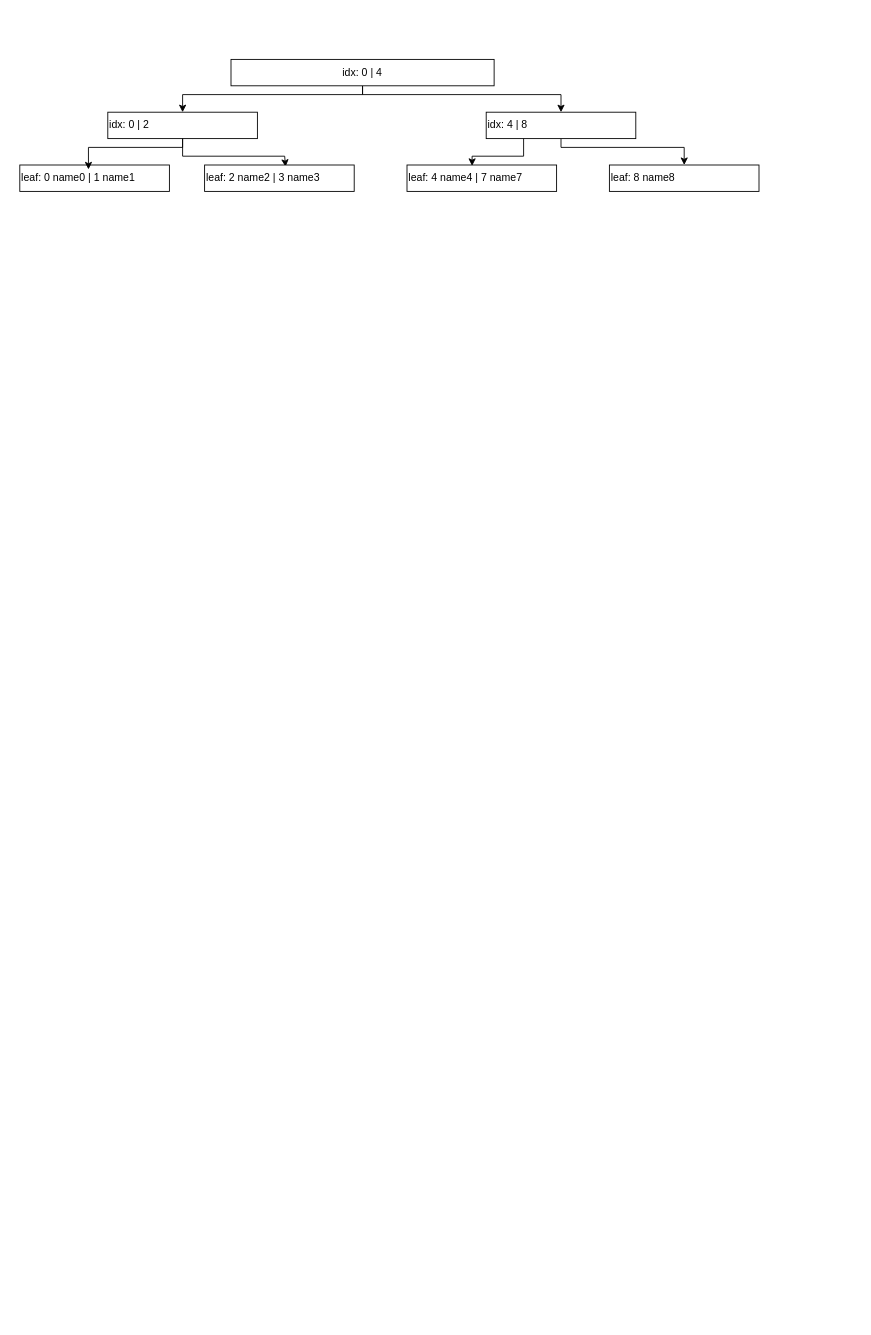
godzie44/drawio-dump keeps this draw.io diagram as htree.drawio. Above is the earlier version. Source tidied: cells renumbered, new cells numbered last; positions are measured from the earlier drawing's top-left corner, leaving out a move shared by most shapes. Both pictures are drawn from the tidied source at 88%, with x=0, y=0 at pixel (19, 59).
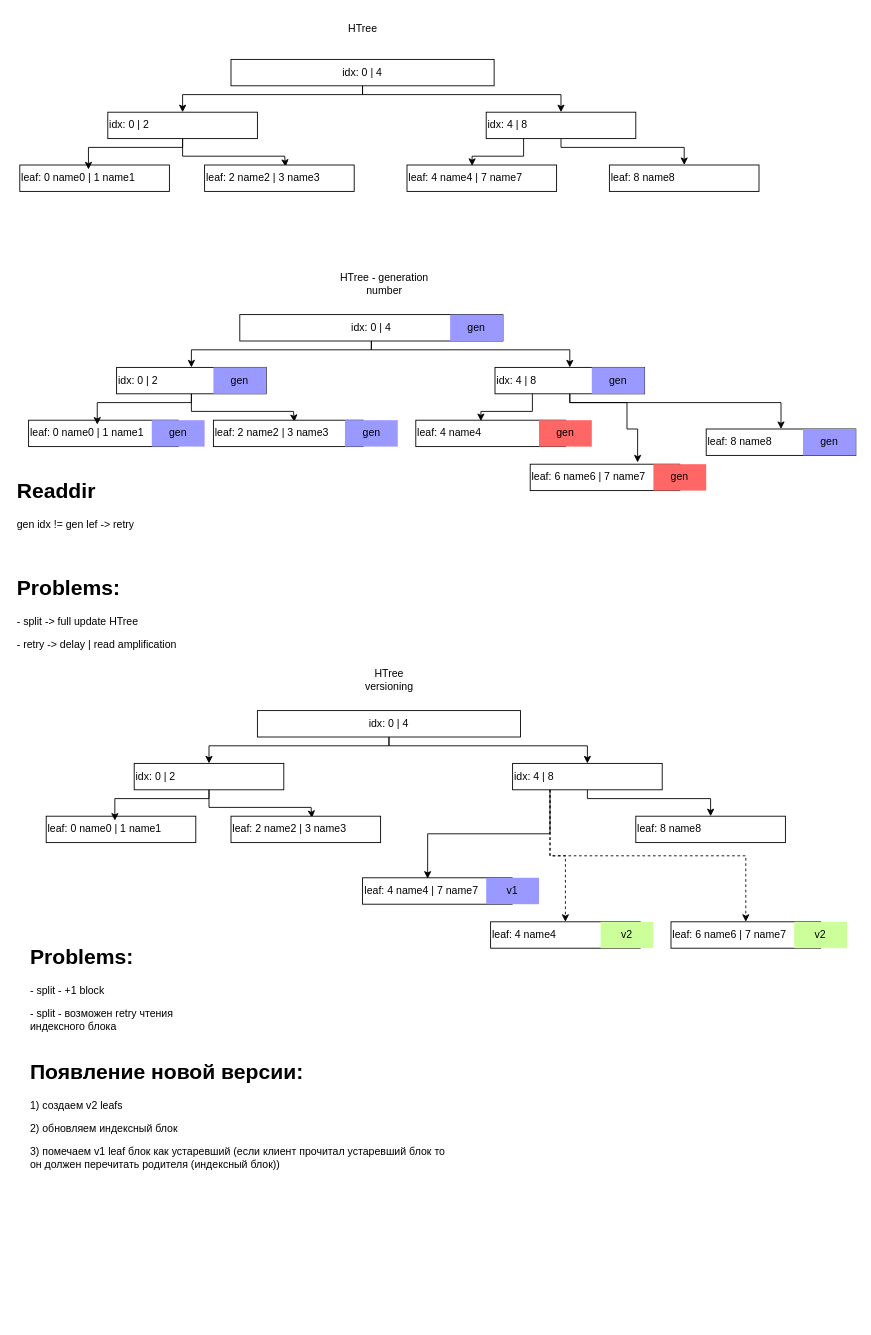
The same page after the edit.

The edit, as a diff of the source:
```diff
@@
+    <mxCell id="15" value="HTree" style="text;html=1;align=center;verticalAlign=middle;whiteSpace=wrap;rounded=0;" parent="1" vertex="1">
+      <mxGeometry x="359.5" y="-50" width="60" height="30" as="geometry" />
+    </mxCell>
+    <mxCell id="16" style="edgeStyle=orthogonalEdgeStyle;rounded=0;jettySize=auto;html=1;exitX=0.5;exitY=1;exitDx=0;exitDy=0;" parent="1" edge="1" source="18" target="20">
+      <mxGeometry relative="1" as="geometry">
+        <Array as="points">
+          <mxPoint x="400" y="330" />
+          <mxPoint x="195" y="330" />
+        </Array>
+      </mxGeometry>
+    </mxCell>
+    <mxCell id="17" style="edgeStyle=orthogonalEdgeStyle;rounded=0;jettySize=auto;html=1;exitX=0.5;exitY=1;exitDx=0;exitDy=0;entryX=0.5;entryY=0;entryDx=0;entryDy=0;" parent="1" edge="1" source="18" target="22">
+      <mxGeometry relative="1" as="geometry">
+        <Array as="points">
+          <mxPoint x="400" y="330" />
+          <mxPoint x="625" y="330" />
+        </Array>
+      </mxGeometry>
+    </mxCell>
+    <mxCell id="18" value="idx: 0 | 4" style="rounded=0;whiteSpace=wrap;html=1;align=center;" parent="1" vertex="1">
+      <mxGeometry x="250" y="290" width="299" height="30" as="geometry" />
+    </mxCell>
+    <mxCell id="19" style="edgeStyle=orthogonalEdgeStyle;rounded=0;jettySize=auto;html=1;exitX=0.5;exitY=1;exitDx=0;exitDy=0;entryX=0.541;entryY=0.067;entryDx=0;entryDy=0;entryPerimeter=0;" parent="1" edge="1" source="20" target="24">
+      <mxGeometry relative="1" as="geometry">
+        <Array as="points">
+          <mxPoint x="195" y="400" />
+          <mxPoint x="311" y="400" />
+        </Array>
+      </mxGeometry>
+    </mxCell>
+    <mxCell id="20" value="idx: 0 | 2" style="rounded=0;whiteSpace=wrap;html=1;align=left;" parent="1" vertex="1">
+      <mxGeometry x="110" y="350" width="170" height="30" as="geometry" />
+    </mxCell>
+    <mxCell id="21" style="edgeStyle=orthogonalEdgeStyle;rounded=0;jettySize=auto;html=1;exitX=0.5;exitY=1;exitDx=0;exitDy=0;entryX=0.5;entryY=0;entryDx=0;entryDy=0;" parent="1" edge="1" source="22" target="26">
+      <mxGeometry relative="1" as="geometry">
+        <Array as="points">
+          <mxPoint x="625" y="390" />
+          <mxPoint x="865" y="390" />
+        </Array>
+      </mxGeometry>
+    </mxCell>
+    <mxCell id="22" value="idx: 4 | 8" style="rounded=0;whiteSpace=wrap;html=1;align=left;" parent="1" vertex="1">
+      <mxGeometry x="540" y="350" width="170" height="30" as="geometry" />
+    </mxCell>
+    <mxCell id="23" value="leaf: 0 name0 | 1 name1" style="rounded=0;whiteSpace=wrap;html=1;align=left;" parent="1" vertex="1">
+      <mxGeometry x="10" y="410" width="170" height="30" as="geometry" />
+    </mxCell>
+    <mxCell id="24" value="leaf: 2 name2 | 3 name3" style="rounded=0;whiteSpace=wrap;html=1;align=left;" parent="1" vertex="1">
+      <mxGeometry x="220" y="410" width="170" height="30" as="geometry" />
+    </mxCell>
+    <mxCell id="25" value="leaf: 4 name4" style="rounded=0;whiteSpace=wrap;html=1;align=left;" parent="1" vertex="1">
+      <mxGeometry x="450" y="410" width="170" height="30" as="geometry" />
+    </mxCell>
+    <mxCell id="26" value="leaf: 8 name8" style="rounded=0;whiteSpace=wrap;html=1;align=left;" parent="1" vertex="1">
+      <mxGeometry x="780" y="420" width="170" height="30" as="geometry" />
+    </mxCell>
+    <mxCell id="27" style="edgeStyle=orthogonalEdgeStyle;rounded=0;jettySize=auto;html=1;exitX=0.25;exitY=1;exitDx=0;exitDy=0;entryX=0.435;entryY=0.033;entryDx=0;entryDy=0;entryPerimeter=0;" parent="1" edge="1" source="22" target="25">
+      <mxGeometry relative="1" as="geometry" />
+    </mxCell>
+    <mxCell id="28" style="edgeStyle=orthogonalEdgeStyle;rounded=0;jettySize=auto;html=1;exitX=0.5;exitY=1;exitDx=0;exitDy=0;entryX=0.459;entryY=0.167;entryDx=0;entryDy=0;entryPerimeter=0;" parent="1" edge="1" source="20" target="23">
+      <mxGeometry relative="1" as="geometry">
+        <Array as="points">
+          <mxPoint x="195" y="390" />
+          <mxPoint x="88" y="390" />
+        </Array>
+      </mxGeometry>
+    </mxCell>
+    <mxCell id="29" value="HTree - generation number" style="text;html=1;align=center;verticalAlign=middle;whiteSpace=wrap;rounded=0;" parent="1" vertex="1">
+      <mxGeometry x="354" y="240" width="120.5" height="30" as="geometry" />
+    </mxCell>
+    <mxCell id="30" value="gen" style="text;html=1;align=center;verticalAlign=middle;whiteSpace=wrap;rounded=0;fillColor=#9999FF;" parent="1" vertex="1">
+      <mxGeometry x="489" y="290" width="60" height="30" as="geometry" />
+    </mxCell>
+    <mxCell id="31" value="gen" style="text;html=1;align=center;verticalAlign=middle;whiteSpace=wrap;rounded=0;fillColor=#9999FF;" parent="1" vertex="1">
+      <mxGeometry x="650" y="350" width="60" height="30" as="geometry" />
+    </mxCell>
+    <mxCell id="32" value="gen" style="text;html=1;align=center;verticalAlign=middle;whiteSpace=wrap;rounded=0;fillColor=#9999FF;" parent="1" vertex="1">
+      <mxGeometry x="220" y="350" width="60" height="30" as="geometry" />
+    </mxCell>
+    <mxCell id="33" value="gen" style="text;html=1;align=center;verticalAlign=middle;whiteSpace=wrap;rounded=0;fillColor=#9999FF;" parent="1" vertex="1">
+      <mxGeometry x="150" y="410" width="60" height="30" as="geometry" />
+    </mxCell>
+    <mxCell id="34" value="gen" style="text;html=1;align=center;verticalAlign=middle;whiteSpace=wrap;rounded=0;fillColor=#9999FF;" parent="1" vertex="1">
+      <mxGeometry x="369.5" y="410" width="60" height="30" as="geometry" />
+    </mxCell>
+    <mxCell id="35" value="gen" style="text;html=1;align=center;verticalAlign=middle;whiteSpace=wrap;rounded=0;fillColor=#FF6666;" parent="1" vertex="1">
+      <mxGeometry x="590" y="410" width="60" height="30" as="geometry" />
+    </mxCell>
+    <mxCell id="36" value="gen" style="text;html=1;align=center;verticalAlign=middle;whiteSpace=wrap;rounded=0;fillColor=#9999FF;" parent="1" vertex="1">
+      <mxGeometry x="890" y="420" width="60" height="30" as="geometry" />
+    </mxCell>
+    <mxCell id="37" value="&lt;h1 style=&quot;margin-top: 0px;&quot;&gt;Readdir&lt;/h1&gt;&lt;div&gt;gen idx != gen lef -&amp;gt; retry&lt;/div&gt;&lt;div&gt;&lt;br&gt;&lt;/div&gt;&lt;p&gt;&lt;br&gt;&lt;/p&gt;" style="text;html=1;whiteSpace=wrap;overflow=hidden;rounded=0;" parent="1" vertex="1">
+      <mxGeometry x="-5" y="470" width="180" height="120" as="geometry" />
+    </mxCell>
+    <mxCell id="38" value="leaf: 6 name6 | 7 name7" style="rounded=0;whiteSpace=wrap;html=1;align=left;" parent="1" vertex="1">
+      <mxGeometry x="580" y="460" width="170" height="30" as="geometry" />
+    </mxCell>
+    <mxCell id="39" value="gen" style="text;html=1;align=center;verticalAlign=middle;whiteSpace=wrap;rounded=0;fillColor=#FF6666;" parent="1" vertex="1">
+      <mxGeometry x="720" y="460" width="60" height="30" as="geometry" />
+    </mxCell>
+    <mxCell id="40" style="edgeStyle=orthogonalEdgeStyle;rounded=0;jettySize=auto;html=1;exitX=0.5;exitY=1;exitDx=0;exitDy=0;entryX=0.718;entryY=-0.067;entryDx=0;entryDy=0;entryPerimeter=0;" parent="1" edge="1" source="22" target="38">
+      <mxGeometry relative="1" as="geometry">
+        <Array as="points">
+          <mxPoint x="625" y="390" />
+          <mxPoint x="690" y="390" />
+          <mxPoint x="690" y="420" />
+          <mxPoint x="702" y="420" />
+        </Array>
+      </mxGeometry>
+    </mxCell>
+    <mxCell id="41" value="&lt;h1 style=&quot;margin-top: 0px;&quot;&gt;Problems:&lt;/h1&gt;&lt;div&gt;- split -&amp;gt; full update HTree&lt;/div&gt;&lt;p&gt;- retry -&amp;gt; delay | read amplification&lt;/p&gt;" style="text;html=1;whiteSpace=wrap;overflow=hidden;rounded=0;" parent="1" vertex="1">
+      <mxGeometry x="-5" y="580" width="205" height="120" as="geometry" />
+    </mxCell>
+    <mxCell id="42" style="edgeStyle=orthogonalEdgeStyle;rounded=0;jettySize=auto;html=1;exitX=0.5;exitY=1;exitDx=0;exitDy=0;" parent="1" edge="1" source="44" target="46">
+      <mxGeometry relative="1" as="geometry">
+        <Array as="points">
+          <mxPoint x="420" y="780" />
+          <mxPoint x="215" y="780" />
+        </Array>
+      </mxGeometry>
+    </mxCell>
+    <mxCell id="43" style="edgeStyle=orthogonalEdgeStyle;rounded=0;jettySize=auto;html=1;exitX=0.5;exitY=1;exitDx=0;exitDy=0;entryX=0.5;entryY=0;entryDx=0;entryDy=0;" parent="1" edge="1" source="44" target="50">
+      <mxGeometry relative="1" as="geometry">
+        <Array as="points">
+          <mxPoint x="420" y="780" />
+          <mxPoint x="645" y="780" />
+        </Array>
+      </mxGeometry>
+    </mxCell>
+    <mxCell id="44" value="idx: 0 | 4" style="rounded=0;whiteSpace=wrap;html=1;align=center;" parent="1" vertex="1">
+      <mxGeometry x="270" y="740" width="299" height="30" as="geometry" />
+    </mxCell>
+    <mxCell id="45" style="edgeStyle=orthogonalEdgeStyle;rounded=0;jettySize=auto;html=1;exitX=0.5;exitY=1;exitDx=0;exitDy=0;entryX=0.541;entryY=0.067;entryDx=0;entryDy=0;entryPerimeter=0;" parent="1" edge="1" source="46" target="52">
+      <mxGeometry relative="1" as="geometry">
+        <Array as="points">
+          <mxPoint x="215" y="850" />
+          <mxPoint x="331" y="850" />
+        </Array>
+      </mxGeometry>
+    </mxCell>
+    <mxCell id="46" value="idx: 0 | 2" style="rounded=0;whiteSpace=wrap;html=1;align=left;" parent="1" vertex="1">
+      <mxGeometry x="130" y="800" width="170" height="30" as="geometry" />
+    </mxCell>
+    <mxCell id="47" style="edgeStyle=orthogonalEdgeStyle;rounded=0;jettySize=auto;html=1;exitX=0.5;exitY=1;exitDx=0;exitDy=0;entryX=0.5;entryY=0;entryDx=0;entryDy=0;" parent="1" edge="1" source="50" target="54">
+      <mxGeometry relative="1" as="geometry">
+        <Array as="points">
+          <mxPoint x="645" y="840" />
+          <mxPoint x="785" y="840" />
+        </Array>
+      </mxGeometry>
+    </mxCell>
+    <mxCell id="48" style="edgeStyle=orthogonalEdgeStyle;rounded=0;jettySize=auto;html=1;exitX=0.25;exitY=1;exitDx=0;exitDy=0;entryX=0.5;entryY=0;entryDx=0;entryDy=0;dashed=1;" parent="1" edge="1" source="50" target="59">
+      <mxGeometry relative="1" as="geometry" />
+    </mxCell>
+    <mxCell id="49" style="edgeStyle=orthogonalEdgeStyle;rounded=0;jettySize=auto;html=1;exitX=0.25;exitY=1;exitDx=0;exitDy=0;entryX=0.5;entryY=0;entryDx=0;entryDy=0;dashed=1;" parent="1" edge="1" source="50" target="58">
+      <mxGeometry relative="1" as="geometry" />
+    </mxCell>
+    <mxCell id="50" value="idx: 4 | 8" style="rounded=0;whiteSpace=wrap;html=1;align=left;" parent="1" vertex="1">
+      <mxGeometry x="560" y="800" width="170" height="30" as="geometry" />
+    </mxCell>
+    <mxCell id="51" value="leaf: 0 name0 | 1 name1" style="rounded=0;whiteSpace=wrap;html=1;align=left;" parent="1" vertex="1">
+      <mxGeometry x="30" y="860" width="170" height="30" as="geometry" />
+    </mxCell>
+    <mxCell id="52" value="leaf: 2 name2 | 3 name3" style="rounded=0;whiteSpace=wrap;html=1;align=left;" parent="1" vertex="1">
+      <mxGeometry x="240" y="860" width="170" height="30" as="geometry" />
+    </mxCell>
+    <mxCell id="53" value="leaf: 4 name4 | 7 name7" style="rounded=0;whiteSpace=wrap;html=1;align=left;" parent="1" vertex="1">
+      <mxGeometry x="389.5" y="930" width="170" height="30" as="geometry" />
+    </mxCell>
+    <mxCell id="54" value="leaf: 8 name8" style="rounded=0;whiteSpace=wrap;html=1;align=left;" parent="1" vertex="1">
+      <mxGeometry x="700" y="860" width="170" height="30" as="geometry" />
+    </mxCell>
+    <mxCell id="55" style="edgeStyle=orthogonalEdgeStyle;rounded=0;jettySize=auto;html=1;exitX=0.25;exitY=1;exitDx=0;exitDy=0;entryX=0.435;entryY=0.033;entryDx=0;entryDy=0;entryPerimeter=0;" parent="1" edge="1" source="50" target="53">
+      <mxGeometry relative="1" as="geometry" />
+    </mxCell>
+    <mxCell id="56" style="edgeStyle=orthogonalEdgeStyle;rounded=0;jettySize=auto;html=1;exitX=0.5;exitY=1;exitDx=0;exitDy=0;entryX=0.459;entryY=0.167;entryDx=0;entryDy=0;entryPerimeter=0;" parent="1" edge="1" source="46" target="51">
+      <mxGeometry relative="1" as="geometry">
+        <Array as="points">
+          <mxPoint x="215" y="840" />
+          <mxPoint x="108" y="840" />
+        </Array>
+      </mxGeometry>
+    </mxCell>
+    <mxCell id="57" value="HTree versioning" style="text;html=1;align=center;verticalAlign=middle;whiteSpace=wrap;rounded=0;" parent="1" vertex="1">
+      <mxGeometry x="389.5" y="690" width="60" height="30" as="geometry" />
+    </mxCell>
+    <mxCell id="58" value="leaf: 6 name6 | 7 name7" style="rounded=0;whiteSpace=wrap;html=1;align=left;" parent="1" vertex="1">
+      <mxGeometry x="740" y="980" width="170" height="30" as="geometry" />
+    </mxCell>
+    <mxCell id="59" value="leaf: 4 name4" style="rounded=0;whiteSpace=wrap;html=1;align=left;" parent="1" vertex="1">
+      <mxGeometry x="535" y="980" width="170" height="30" as="geometry" />
+    </mxCell>
+    <mxCell id="60" value="v1" style="text;html=1;align=center;verticalAlign=middle;whiteSpace=wrap;rounded=0;fillColor=#9999FF;" parent="1" vertex="1">
+      <mxGeometry x="530" y="930" width="60" height="30" as="geometry" />
+    </mxCell>
+    <mxCell id="61" value="v2" style="text;html=1;align=center;verticalAlign=middle;whiteSpace=wrap;rounded=0;fillColor=#CCFF99;" parent="1" vertex="1">
+      <mxGeometry x="660" y="980" width="60" height="30" as="geometry" />
+    </mxCell>
+    <mxCell id="62" value="v2" style="text;html=1;align=center;verticalAlign=middle;whiteSpace=wrap;rounded=0;fillColor=#CCFF99;" parent="1" vertex="1">
+      <mxGeometry x="880" y="980" width="60" height="30" as="geometry" />
+    </mxCell>
+    <mxCell id="63" value="&lt;h1 style=&quot;margin-top: 0px;&quot;&gt;Problems:&lt;/h1&gt;&lt;div&gt;-&amp;nbsp;&lt;span style=&quot;background-color: transparent; color: light-dark(rgb(0, 0, 0), rgb(255, 255, 255));&quot;&gt;split -&amp;nbsp;&lt;/span&gt;&lt;span style=&quot;background-color: transparent; color: light-dark(rgb(0, 0, 0), rgb(255, 255, 255));&quot;&gt;+1 block&lt;/span&gt;&lt;/div&gt;&lt;p&gt;-&amp;nbsp;&lt;span style=&quot;background-color: transparent; color: light-dark(rgb(0, 0, 0), rgb(255, 255, 255));&quot;&gt;split - возможен&amp;nbsp;&lt;/span&gt;&lt;span style=&quot;background-color: transparent; color: light-dark(rgb(0, 0, 0), rgb(255, 255, 255));&quot;&gt;retry чтения индексного блока&lt;/span&gt;&lt;/p&gt;" style="text;html=1;whiteSpace=wrap;overflow=hidden;rounded=0;" parent="1" vertex="1">
+      <mxGeometry x="10" y="1000" width="205" height="120" as="geometry" />
+    </mxCell>
+    <mxCell id="64" value="&lt;h1 style=&quot;margin-top: 0px;&quot;&gt;Появление новой версии:&lt;/h1&gt;&lt;p&gt;1) создаем v2 leafs&lt;/p&gt;&lt;p&gt;2) обновляем индексный блок&lt;/p&gt;&lt;p&gt;3) помечаем v1 leaf блок как устаревший (если клиент прочитал устаревший блок то он должен перечитать родителя (индексный блок))&lt;/p&gt;" style="text;html=1;whiteSpace=wrap;overflow=hidden;rounded=0;" parent="1" vertex="1">
+      <mxGeometry x="10" y="1130" width="480" height="300" as="geometry" />
+    </mxCell>
```
